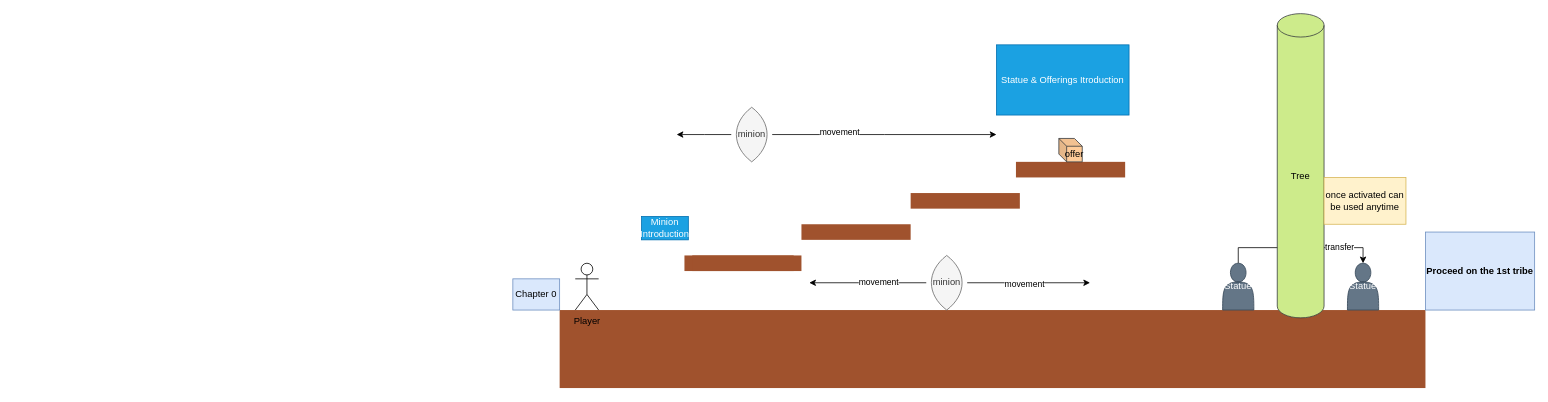
Above: page "level 1" (2 of 3) of papers/maps/map.drawio in OmaGash/crispy-bassoon (draw.io), before the change. Source tidied: cells renumbered, new cells numbered last; positions are measured from the earlier drawing's top-left corner, leaving out a move shared by most shapes. Both pictures are drawn from the tidied source at 78%, with x=0, y=0 at pixel (512, 13).
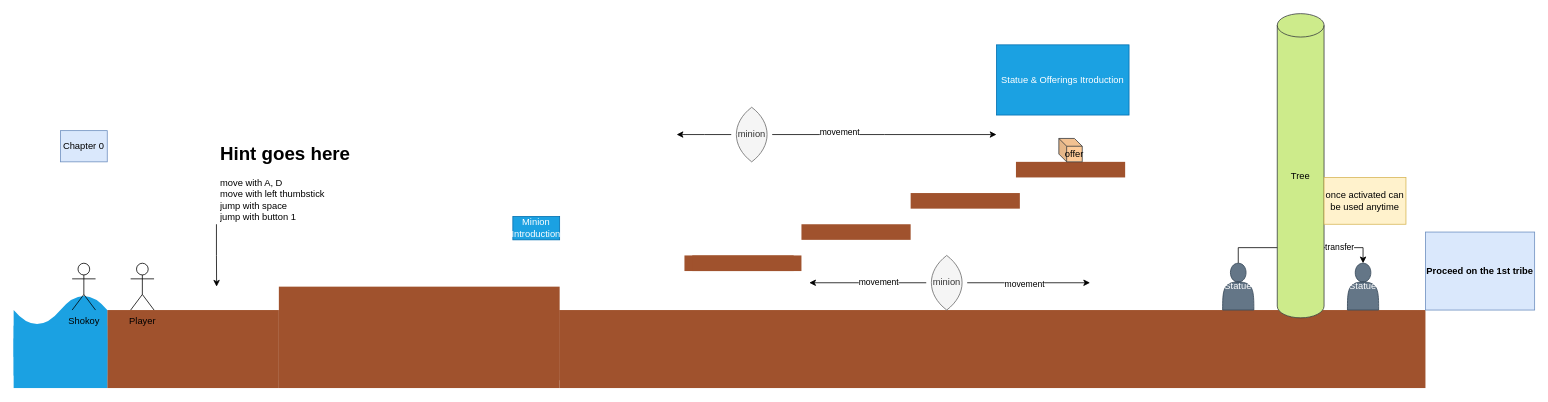
Above is the later version.

Commit message:
level design fixed

The edit, as a diff of the source:
```diff
@@
     <mxCell id="15" value="Chapter 0" style="text;html=1;strokeColor=#6c8ebf;fillColor=#dae8fc;align=center;verticalAlign=middle;whiteSpace=wrap;rounded=0;glass=0;" parent="1" vertex="1">
-      <mxGeometry y="340" width="60" height="40" as="geometry" />
+      <mxGeometry x="-580" y="150" width="60" height="40" as="geometry" />
     </mxCell>
-    <mxCell id="16" value="Player" style="shape=umlActor;verticalLabelPosition=bottom;verticalAlign=top;html=1;rounded=0;glass=0;" parent="1" vertex="1">
-      <mxGeometry x="80" y="320" width="30" height="60" as="geometry" />
-    </mxCell>
@@
     <mxCell id="22" value="Minion Introduction" style="text;html=1;strokeColor=#006EAF;fillColor=#1ba1e2;align=center;verticalAlign=middle;whiteSpace=wrap;rounded=0;glass=0;fontColor=#ffffff;" parent="1" vertex="1">
-      <mxGeometry x="165" y="260" width="60" height="30" as="geometry" />
+      <mxGeometry y="260" width="60" height="30" as="geometry" />
     </mxCell>
@@
+    <mxCell id="29" style="rounded=0;whiteSpace=wrap;html=1;strokeColor=none;fillColor=#a0522d;fontColor=#ffffff;" parent="1" vertex="1">
+      <mxGeometry x="-300" y="380" width="360" height="100" as="geometry" />
+    </mxCell>
+    <mxCell id="30" style="rounded=0;whiteSpace=wrap;html=1;strokeColor=none;fillColor=#a0522d;fontColor=#ffffff;" parent="1" vertex="1">
+      <mxGeometry x="-520" y="380" width="220" height="100" as="geometry" />
+    </mxCell>
+    <mxCell id="31" style="rounded=0;whiteSpace=wrap;html=1;strokeColor=none;fillColor=#a0522d;fontColor=#ffffff;" parent="1" vertex="1">
+      <mxGeometry x="-300" y="350" width="360" height="120" as="geometry" />
+    </mxCell>
+    <mxCell id="16" value="Player" style="shape=umlActor;verticalLabelPosition=bottom;verticalAlign=top;html=1;rounded=0;glass=0;" parent="1" vertex="1">
+      <mxGeometry x="-490" y="320" width="30" height="60" as="geometry" />
+    </mxCell>
+    <mxCell id="32" style="shape=tape;whiteSpace=wrap;html=1;fillColor=#1ba1e2;strokeColor=none;fontColor=#ffffff;" parent="1" vertex="1">
+      <mxGeometry x="-640" y="400" width="120" height="80" as="geometry" />
+    </mxCell>
+    <mxCell id="33" style="shape=tape;whiteSpace=wrap;html=1;fillColor=#1ba1e2;strokeColor=none;fontColor=#ffffff;" parent="1" vertex="1">
+      <mxGeometry x="-640" y="360" width="120" height="100" as="geometry" />
+    </mxCell>
+    <mxCell id="34" style="rounded=0;whiteSpace=wrap;html=1;strokeColor=none;fillColor=#1ba1e2;fontColor=#ffffff;" parent="1" vertex="1">
+      <mxGeometry x="-640" y="400" width="120" height="80" as="geometry" />
+    </mxCell>
+    <mxCell id="35" style="edgeStyle=orthogonalEdgeStyle;rounded=0;jettySize=auto;html=1;exitX=0;exitY=1;exitDx=0;exitDy=0;" parent="1" edge="1" source="36">
+      <mxGeometry relative="1" as="geometry">
+        <mxPoint x="-379.8" y="350" as="targetPoint" />
+      </mxGeometry>
+    </mxCell>
+    <mxCell id="36" value="&lt;h1&gt;Hint goes here&lt;/h1&gt;&lt;div&gt;move with A, D&lt;/div&gt;&lt;div&gt;move with left thumbstick&lt;/div&gt;&lt;div&gt;jump with space&lt;/div&gt;&lt;div&gt;jump with button 1&lt;/div&gt;" style="text;html=1;strokeColor=none;fillColor=none;spacing=5;spacingTop=-20;whiteSpace=wrap;overflow=hidden;rounded=0;" parent="1" vertex="1">
+      <mxGeometry x="-380" y="160" width="190" height="110" as="geometry" />
+    </mxCell>
+    <mxCell id="37" value="Shokoy" style="shape=umlActor;verticalLabelPosition=bottom;verticalAlign=top;html=1;" parent="1" vertex="1">
+      <mxGeometry x="-565" y="320" width="30" height="60" as="geometry" />
+    </mxCell>
```
